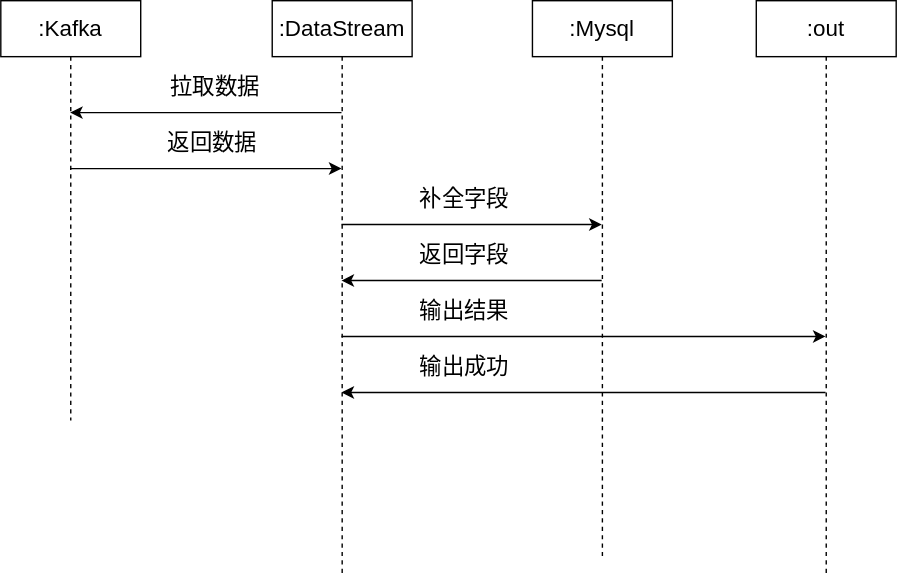
Earlier version of the draw.io export Flink-study/Flink-asyncIO-sample-thread.svg (fightinggg/drawio-data). Source tidied: cells renumbered, new cells last; positions are measured from the earlier drawing's top-left corner, leaving out a move shared by most shapes.
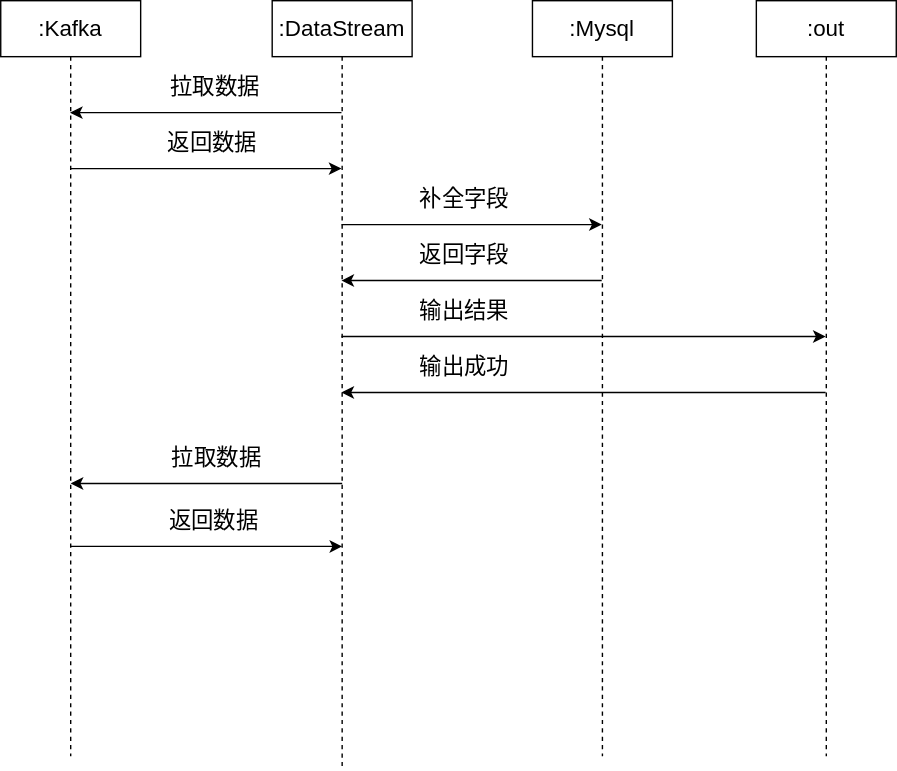
The same file after the commit.

What changed in the source:
```diff
@@ -16,7 +16,7 @@
       </mxGeometry>
     </mxCell>
     <mxCell id="4" value=":Kafka" style="shape=umlLifeline;perimeter=lifelinePerimeter;whiteSpace=wrap;html=1;outlineConnect=0;fontSize=16;" parent="1" vertex="1">
-      <mxGeometry width="100" height="300" as="geometry" />
+      <mxGeometry width="100" height="540" as="geometry" />
     </mxCell>
     <mxCell id="5" style="edgeStyle=orthogonalEdgeStyle;rounded=0;jettySize=auto;html=1;fontSize=16;" parent="1" edge="1" source="11" target="14">
       <mxGeometry relative="1" as="geometry">
@@ -58,7 +58,7 @@
       </mxGeometry>
     </mxCell>
     <mxCell id="11" value=":DataStream" style="shape=umlLifeline;perimeter=lifelinePerimeter;whiteSpace=wrap;html=1;outlineConnect=0;fontSize=16;" parent="1" vertex="1">
-      <mxGeometry x="194" width="100" height="410" as="geometry" />
+      <mxGeometry x="194" width="100" height="550" as="geometry" />
     </mxCell>
     <mxCell id="12" style="edgeStyle=orthogonalEdgeStyle;rounded=0;jettySize=auto;html=1;fontSize=16;" parent="1" edge="1" source="14" target="11">
       <mxGeometry relative="1" as="geometry">
@@ -74,7 +74,7 @@
       </mxGeometry>
     </mxCell>
     <mxCell id="14" value=":Mysql" style="shape=umlLifeline;perimeter=lifelinePerimeter;whiteSpace=wrap;html=1;outlineConnect=0;fontSize=16;" parent="1" vertex="1">
-      <mxGeometry x="380" width="100" height="400" as="geometry" />
+      <mxGeometry x="380" width="100" height="540" as="geometry" />
     </mxCell>
     <mxCell id="15" style="edgeStyle=orthogonalEdgeStyle;rounded=0;jettySize=auto;html=1;fontSize=16;" parent="1" edge="1" source="17" target="11">
       <mxGeometry relative="1" as="geometry">
@@ -90,7 +90,37 @@
       </mxGeometry>
     </mxCell>
     <mxCell id="17" value=":out" style="shape=umlLifeline;perimeter=lifelinePerimeter;whiteSpace=wrap;html=1;outlineConnect=0;fontSize=16;" parent="1" vertex="1">
-      <mxGeometry x="540" width="100" height="410" as="geometry" />
+      <mxGeometry x="540" width="100" height="540" as="geometry" />
     </mxCell>
+    <mxCell id="18" style="edgeStyle=orthogonalEdgeStyle;rounded=0;orthogonalLoop=1;jettySize=auto;html=1;fontSize=16;" parent="1" edge="1">
+      <mxGeometry relative="1" as="geometry">
+        <mxPoint x="244" y="345" as="sourcePoint" />
+        <mxPoint x="50" y="345" as="targetPoint" />
+        <Array as="points">
+          <mxPoint x="120.5" y="345" />
+          <mxPoint x="120.5" y="345" />
+        </Array>
+      </mxGeometry>
+    </mxCell>
+    <mxCell id="19" value="拉取数据" style="edgeLabel;html=1;align=center;verticalAlign=middle;fontSize=16;" parent="18" vertex="1">
+      <mxGeometry x="-0.06" y="-2" relative="1" as="geometry">
+        <mxPoint x="1" y="-18" as="offset" />
+      </mxGeometry>
+    </mxCell>
+    <mxCell id="20" style="edgeStyle=orthogonalEdgeStyle;rounded=0;orthogonalLoop=1;jettySize=auto;html=1;fontSize=16;" parent="1" edge="1">
+      <mxGeometry relative="1" as="geometry">
+        <mxPoint x="50" y="390" as="sourcePoint" />
+        <mxPoint x="244" y="390" as="targetPoint" />
+        <Array as="points">
+          <mxPoint x="130.5" y="390" />
+          <mxPoint x="130.5" y="390" />
+        </Array>
+      </mxGeometry>
+    </mxCell>
+    <mxCell id="21" value="返回数据" style="edgeLabel;html=1;align=center;verticalAlign=middle;fontSize=16;" parent="20" vertex="1">
+      <mxGeometry x="0.11" y="1" relative="1" as="geometry">
+        <mxPoint x="-6" y="-19" as="offset" />
+      </mxGeometry>
+    </mxCell>
   </root>
 </mxGraphModel>
```
